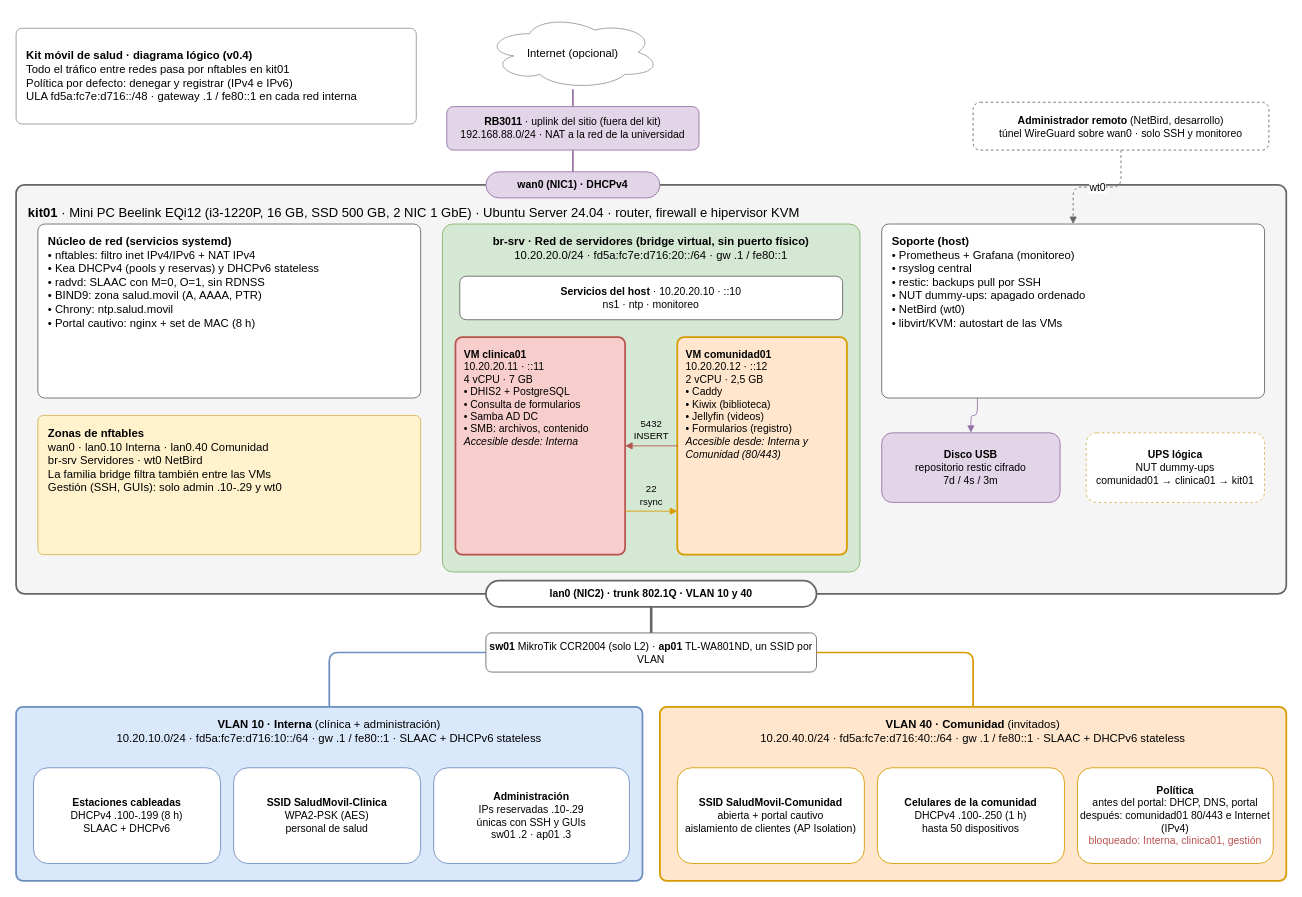
This is diagramas/diagrama-logico.drawio from kitsalud-movil-plats1/docs, a draw.io file, before an edit. Source tidied: cells renumbered, new cells numbered last; positions are measured from the earlier drawing's top-left corner, leaving out a move shared by most shapes. Both pictures are drawn from the tidied source at 87%, with x=0, y=0 at pixel (16, 15).
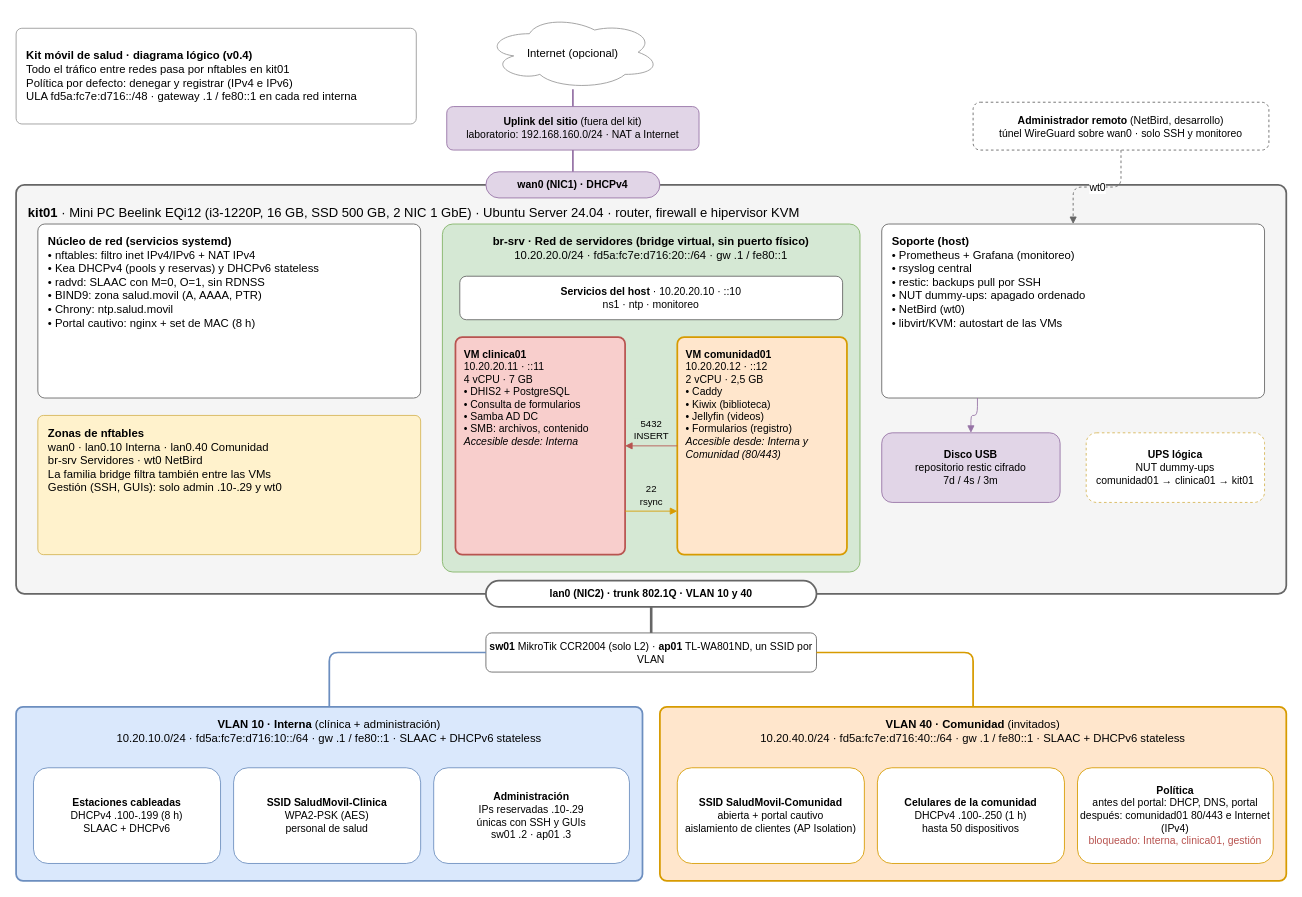
The same diagram, later.

Commit message (it also covers changes not shown here):
Ajusta el documento a la primera sesión de laboratorio (v0.8)

Change to the diagram source:
```diff
@@
-    <mxCell id="4" value="&lt;b&gt;RB3011&lt;/b&gt; · uplink del sitio (fuera del kit)&lt;br&gt;192.168.88.0/24 · NAT a la red de la universidad" style="rounded=1;whiteSpace=wrap;html=1;fillColor=#e1d5e7;strokeColor=#9673a6;fontSize=12;" parent="1" vertex="1">
+    <mxCell id="4" value="&lt;b&gt;Uplink del sitio&lt;/b&gt; (fuera del kit)&lt;br&gt;laboratorio: 192.168.160.0/24 · NAT a Internet" style="rounded=1;whiteSpace=wrap;html=1;fillColor=#e1d5e7;strokeColor=#9673a6;fontSize=12;" parent="1" vertex="1">
       <mxGeometry x="495" y="105" width="290" height="50" as="geometry" />
     </mxCell>
```
